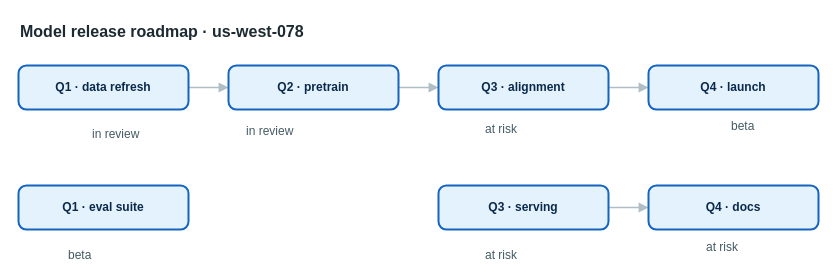
This is apps/web/public/samples/library/078-model-release-roadmap.drawio from AryanG01/open-apprentice, a draw.io file, before an edit. Source tidied: cells renumbered, new cells numbered last; positions are measured from the earlier drawing's top-left corner, leaving out a move shared by most shapes. Both pictures are drawn from the tidied source at 100%, with x=0, y=0 at pixel (18, 17).
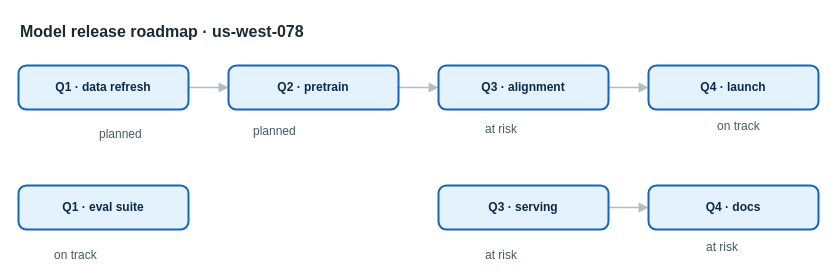
After the change.

What changed in the source:
```diff
@@
-    <mxCell id="14" value="in review" style="text;html=1;align=left;verticalAlign=top;whiteSpace=nowrap;spacing=0;spacingTop=0;strokeColor=none;fillColor=none;fontSize=12;fontColor=#455a64;" parent="1" vertex="1">
-      <mxGeometry x="74" y="105" width="75" height="20" as="geometry" />
+    <mxCell id="14" value="planned" style="text;html=1;align=left;verticalAlign=top;whiteSpace=nowrap;spacing=0;spacingTop=0;strokeColor=none;fillColor=none;fontSize=12;fontColor=#455a64;" parent="1" vertex="1">
+      <mxGeometry x="81" y="105" width="61" height="20" as="geometry" />
     </mxCell>
-    <mxCell id="15" value="in review" style="text;html=1;align=left;verticalAlign=top;whiteSpace=nowrap;spacing=0;spacingTop=0;strokeColor=none;fillColor=none;fontSize=12;fontColor=#455a64;" parent="1" vertex="1">
-      <mxGeometry x="228" y="102" width="75" height="20" as="geometry" />
+    <mxCell id="15" value="planned" style="text;html=1;align=left;verticalAlign=top;whiteSpace=nowrap;spacing=0;spacingTop=0;strokeColor=none;fillColor=none;fontSize=12;fontColor=#455a64;" parent="1" vertex="1">
+      <mxGeometry x="235" y="102" width="61" height="20" as="geometry" />
     </mxCell>
@@
-    <mxCell id="17" value="beta" style="text;html=1;align=left;verticalAlign=top;whiteSpace=nowrap;spacing=0;spacingTop=0;strokeColor=none;fillColor=none;fontSize=12;fontColor=#455a64;" parent="1" vertex="1">
-      <mxGeometry x="713" y="97" width="40" height="20" as="geometry" />
+    <mxCell id="17" value="on track" style="text;html=1;align=left;verticalAlign=top;whiteSpace=nowrap;spacing=0;spacingTop=0;strokeColor=none;fillColor=none;fontSize=12;fontColor=#455a64;" parent="1" vertex="1">
+      <mxGeometry x="699" y="97" width="68" height="20" as="geometry" />
     </mxCell>
-    <mxCell id="18" value="beta" style="text;html=1;align=left;verticalAlign=top;whiteSpace=nowrap;spacing=0;spacingTop=0;strokeColor=none;fillColor=none;fontSize=12;fontColor=#455a64;" parent="1" vertex="1">
-      <mxGeometry x="50" y="226" width="40" height="20" as="geometry" />
+    <mxCell id="18" value="on track" style="text;html=1;align=left;verticalAlign=top;whiteSpace=nowrap;spacing=0;spacingTop=0;strokeColor=none;fillColor=none;fontSize=12;fontColor=#455a64;" parent="1" vertex="1">
+      <mxGeometry x="36" y="226" width="68" height="20" as="geometry" />
     </mxCell>
```
